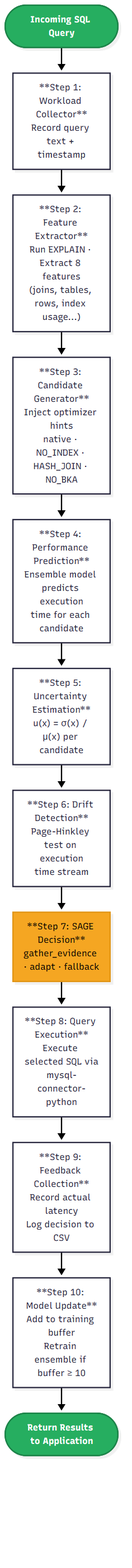
The Mermaid diagram paper/project-report-template/figures/execution_flow.png in Padmesh-21/QueryPilot, before a commit. Its source is kept beside it as diagrams/execution_flow.mmd.
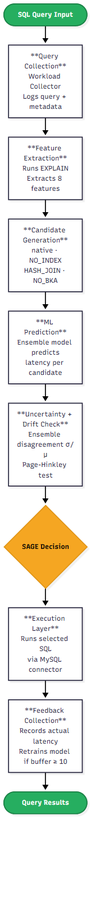
Above is the later version.

What changed in the source:
```diff
@@ -1,16 +1,15 @@
 flowchart TD
-    A(["`**Incoming SQL Query**`"]) --> B["**Step 1: Workload Collector**\nRecord query text + timestamp"]
-    B --> C["**Step 2: Feature Extractor**\nRun EXPLAIN · Extract 8 features\n(joins, tables, rows, index usage...)"]
-    C --> D["**Step 3: Candidate Generator**\nInject optimizer hints\nnative · NO_INDEX · HASH_JOIN · NO_BKA"]
-    D --> E["**Step 4: Performance Prediction**\nEnsemble model predicts execution\ntime for each candidate"]
-    E --> F["**Step 5: Uncertainty Estimation**\nu(x) = σ(x) / μ(x) per candidate"]
-    F --> G["**Step 6: Drift Detection**\nPage-Hinkley test on execution\ntime stream"]
-    G --> H["**Step 7: SAGE Decision**\ngather_evidence · adapt · fallback"]
-    H --> I["**Step 8: Query Execution**\nExecute selected SQL via\nmysql-connector-python"]
-    I --> J["**Step 9: Feedback Collection**\nRecord actual latency\nLog decision to CSV"]
-    J --> K["**Step 10: Model Update**\nAdd to training buffer\nRetrain ensemble if buffer ≥ 10"]
-    K --> L(["`**Return Results to Application**`"])
+    A(["`**SQL Query Input**`"]) --> B
+    B["**Query Collection**\nWorkload Collector\nLogs query + metadata"]
+    B --> C["**Feature Extraction**\nRuns EXPLAIN\nExtracts 8 features"]
+    C --> D["**Candidate Generation**\nnative · NO_INDEX\nHASH_JOIN · NO_BKA"]
+    D --> E["**ML Prediction**\nEnsemble model predicts\nlatency per candidate"]
+    E --> F["**Uncertainty + Drift Check**\nEnsemble disagreement σ/μ\nPage-Hinkley test"]
+    F --> G{"`**SAGE Decision**`"}
+    G --> H["**Execution Layer**\nRuns selected SQL\nvia MySQL connector"]
+    H --> I["**Feedback Collection**\nRecords actual latency\nRetrains model if buffer ≥ 10"]
+    I --> J(["`**Query Results**`"])
 
     style A fill:#27ae60,stroke:#1e8449,color:#fff
-    style L fill:#27ae60,stroke:#1e8449,color:#fff
-    style H fill:#f5a623,stroke:#e09415,color:#000
+    style J fill:#27ae60,stroke:#1e8449,color:#fff
+    style G fill:#f5a623,stroke:#e09415,color:#000
```
